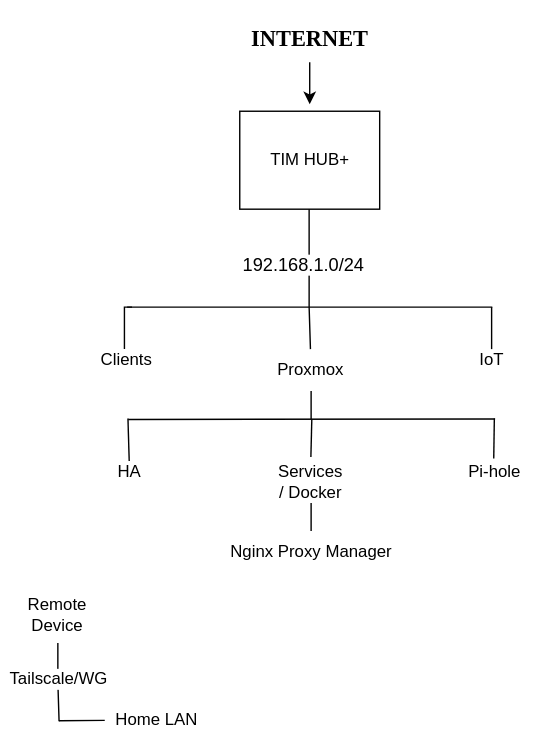
Before: diagrams/exported/network-architecture.svg, a diagram exported from draw.io (frimpongemanuele/HomeLab). Source tidied: cells renumbered, new cells last; positions are measured from the earlier drawing's top-left corner, leaving out a move shared by most shapes. Its diagram source:
```xml
<mxGraphModel>
  <root>
    <mxCell id="0" />
    <mxCell id="1" parent="0" />
    <mxCell id="2" value="&lt;div style=&quot;&quot;&gt;TIM HUB+&lt;/div&gt;" style="rounded=0;whiteSpace=wrap;html=1;align=center;fontFamily=Helvetica;" parent="1" vertex="1">
      <mxGeometry x="171" y="80" width="100" height="70" as="geometry" />
    </mxCell>
    <mxCell id="3" style="edgeStyle=orthogonalEdgeStyle;rounded=0;orthogonalLoop=1;jettySize=auto;html=1;endArrow=none;endFill=0;" parent="1" edge="1">
      <mxGeometry relative="1" as="geometry">
        <mxPoint x="220.6" y="150" as="sourcePoint" />
        <mxPoint x="220.6" y="220" as="targetPoint" />
      </mxGeometry>
    </mxCell>
    <mxCell id="4" value="&lt;font style=&quot;font-size: 13px;&quot;&gt;192.168.1.0/24&lt;/font&gt;" style="edgeLabel;html=1;align=center;verticalAlign=middle;" parent="3" vertex="1">
      <mxGeometry x="0.11" y="2" relative="1" as="geometry">
        <mxPoint x="-7" as="offset" />
      </mxGeometry>
    </mxCell>
    <mxCell id="5" style="endArrow=none;html=1;rounded=0;fontFamily=Helvetica;fontSize=12;fontColor=default;" parent="1" edge="1">
      <mxGeometry relative="1" as="geometry">
        <mxPoint x="90.5" y="220" as="sourcePoint" />
        <mxPoint x="351.5" y="220" as="targetPoint" />
      </mxGeometry>
    </mxCell>
    <mxCell id="6" style="edgeStyle=orthogonalEdgeStyle;rounded=0;jettySize=auto;html=1;endArrow=none;endFill=0;startSize=6;" parent="1" edge="1" target="9">
      <mxGeometry relative="1" as="geometry">
        <mxPoint x="94" y="220" as="sourcePoint" />
        <Array as="points">
          <mxPoint x="88.6" y="220" />
        </Array>
      </mxGeometry>
    </mxCell>
    <mxCell id="7" style="endArrow=none;html=1;rounded=0;fontFamily=Helvetica;fontSize=12;fontColor=default;" parent="1" edge="1" source="11">
      <mxGeometry relative="1" as="geometry">
        <mxPoint x="220.6" y="220" as="targetPoint" />
      </mxGeometry>
    </mxCell>
    <mxCell id="8" style="endArrow=none;html=1;rounded=0;fontFamily=Helvetica;fontSize=12;fontColor=default;" parent="1" edge="1" source="12">
      <mxGeometry relative="1" as="geometry">
        <mxPoint x="351" y="220" as="targetPoint" />
      </mxGeometry>
    </mxCell>
    <mxCell id="9" value="Clients" style="text;html=1;whiteSpace=wrap;strokeColor=none;fillColor=none;align=center;verticalAlign=middle;rounded=0;" parent="1" vertex="1">
      <mxGeometry x="60" y="250" width="60" height="15" as="geometry" />
    </mxCell>
    <mxCell id="10" style="edgeStyle=orthogonalEdgeStyle;rounded=0;jettySize=auto;html=1;fontFamily=Helvetica;fontSize=12;fontColor=default;endArrow=none;endFill=0;" parent="1" edge="1" source="11">
      <mxGeometry relative="1" as="geometry">
        <mxPoint x="222" y="300" as="targetPoint" />
      </mxGeometry>
    </mxCell>
    <mxCell id="11" value="Proxmox" style="text;html=1;whiteSpace=wrap;strokeColor=none;fillColor=none;align=center;verticalAlign=middle;rounded=0;" parent="1" vertex="1">
      <mxGeometry x="195.5" y="250" width="53" height="30" as="geometry" />
    </mxCell>
    <mxCell id="12" value="&lt;div&gt;IoT&lt;/div&gt;" style="text;html=1;whiteSpace=wrap;strokeColor=none;fillColor=none;align=center;verticalAlign=middle;rounded=0;" parent="1" vertex="1">
      <mxGeometry x="321" y="250" width="60" height="15" as="geometry" />
    </mxCell>
    <mxCell id="13" style="edgeStyle=orthogonalEdgeStyle;rounded=0;orthogonalLoop=1;jettySize=auto;html=1;fontFamily=Helvetica;fontSize=12;fontColor=default;" parent="1" edge="1">
      <mxGeometry relative="1" as="geometry">
        <mxPoint x="221" y="45" as="sourcePoint" />
        <mxPoint x="221" y="75" as="targetPoint" />
      </mxGeometry>
    </mxCell>
    <mxCell id="14" value="&lt;p style=&quot;margin-top: 10px; margin-bottom: 0px; margin-left: 0px;&quot;&gt;&lt;span style=&quot;font-family: &amp;quot;Times New Roman&amp;quot;; background-color: transparent; color: light-dark(rgb(0, 0, 0), rgb(255, 255, 255));&quot;&gt;INTERNET&lt;/span&gt;&lt;/p&gt;" style="whiteSpace=wrap;html=1;rounded=0;align=center;verticalAlign=top;fontSize=16;spacingTop=2;spacingLeft=0;strokeWidth=1;spacing=2;strokeColor=none;fillColor=none;fontStyle=1;" parent="1" vertex="1">
      <mxGeometry x="101" width="240" height="50" as="geometry" />
    </mxCell>
    <mxCell id="15" style="edgeStyle=orthogonalEdgeStyle;rounded=0;jettySize=auto;html=1;fontFamily=Helvetica;fontSize=12;fontColor=default;endArrow=none;endFill=0;" parent="1" edge="1" source="17">
      <mxGeometry relative="1" as="geometry">
        <mxPoint x="41.9" y="516" as="targetPoint" />
      </mxGeometry>
    </mxCell>
    <mxCell id="16" value="Tailscale/WG" style="edgeLabel;html=1;align=center;verticalAlign=middle;fontFamily=Helvetica;fontSize=12;fontColor=default;" parent="15" vertex="1">
      <mxGeometry y="2" relative="1" as="geometry" />
    </mxCell>
    <mxCell id="17" value="Remote Device" style="text;html=1;whiteSpace=wrap;strokeColor=none;fillColor=none;align=center;verticalAlign=middle;rounded=0;spacingTop=2;spacing=4;spacingBottom=2;" parent="1" vertex="1">
      <mxGeometry x="-0.5" y="420" width="83" height="40" as="geometry" />
    </mxCell>
    <mxCell id="18" style="endArrow=none;html=1;rounded=0;fontFamily=Helvetica;fontSize=12;fontColor=default;" parent="1" edge="1" target="19">
      <mxGeometry relative="1" as="geometry">
        <mxPoint x="41.8" y="515.6" as="sourcePoint" />
      </mxGeometry>
    </mxCell>
    <mxCell id="19" value="Home LAN" style="text;html=1;whiteSpace=wrap;strokeColor=none;fillColor=none;align=center;verticalAlign=middle;rounded=0;" parent="1" vertex="1">
      <mxGeometry x="74.5" y="500" width="74.5" height="30" as="geometry" />
    </mxCell>
    <mxCell id="20" value="HA" style="text;html=1;whiteSpace=wrap;strokeColor=none;fillColor=none;align=center;verticalAlign=middle;rounded=0;" parent="1" vertex="1">
      <mxGeometry x="62" y="330" width="60" height="15" as="geometry" />
    </mxCell>
    <mxCell id="21" style="edgeStyle=orthogonalEdgeStyle;rounded=0;jettySize=auto;html=1;fontFamily=Helvetica;fontSize=12;fontColor=default;endArrow=none;endFill=0;" parent="1" edge="1" source="22" target="24">
      <mxGeometry relative="1" as="geometry" />
    </mxCell>
    <mxCell id="22" value="Services / Docker" style="text;html=1;whiteSpace=wrap;strokeColor=none;fillColor=none;align=center;verticalAlign=middle;rounded=0;" parent="1" vertex="1">
      <mxGeometry x="195.5" y="330" width="53" height="30" as="geometry" />
    </mxCell>
    <mxCell id="23" value="&lt;div&gt;Pi-hole&lt;/div&gt;" style="text;html=1;whiteSpace=wrap;strokeColor=none;fillColor=none;align=center;verticalAlign=middle;rounded=0;" parent="1" vertex="1">
      <mxGeometry x="323" y="330" width="60" height="15" as="geometry" />
    </mxCell>
    <mxCell id="24" value="Nginx Proxy Manager" style="text;html=1;whiteSpace=wrap;strokeColor=none;fillColor=none;align=center;verticalAlign=middle;rounded=0;" parent="1" vertex="1">
      <mxGeometry x="149" y="380" width="146" height="30" as="geometry" />
    </mxCell>
    <mxCell id="25" style="endArrow=none;html=1;rounded=0;fontFamily=Helvetica;fontSize=12;fontColor=default;" parent="1" edge="1">
      <mxGeometry relative="1" as="geometry">
        <mxPoint x="91.3" y="300.3" as="sourcePoint" />
        <mxPoint x="353.5" y="300" as="targetPoint" />
      </mxGeometry>
    </mxCell>
    <mxCell id="26" style="endArrow=none;html=1;rounded=0;fontFamily=Helvetica;fontSize=12;fontColor=default;exitX=0.497;exitY=-0.096;exitDx=0;exitDy=0;exitPerimeter=0;" parent="1" edge="1" source="22">
      <mxGeometry relative="1" as="geometry">
        <mxPoint x="222.5" y="300.3" as="targetPoint" />
      </mxGeometry>
    </mxCell>
    <mxCell id="27" style="endArrow=none;html=1;rounded=0;fontFamily=Helvetica;fontSize=12;fontColor=default;exitX=0.492;exitY=-0.119;exitDx=0;exitDy=0;exitPerimeter=0;" parent="1" edge="1" source="23">
      <mxGeometry relative="1" as="geometry">
        <mxPoint x="352.9" y="299.6" as="targetPoint" />
      </mxGeometry>
    </mxCell>
    <mxCell id="28" style="endArrow=none;html=1;rounded=0;fontFamily=Helvetica;fontSize=12;fontColor=default;exitX=0.5;exitY=0;exitDx=0;exitDy=0;" parent="1" edge="1" source="20">
      <mxGeometry relative="1" as="geometry">
        <mxPoint x="91.1" y="299.6" as="targetPoint" />
      </mxGeometry>
    </mxCell>
  </root>
</mxGraphModel>
```
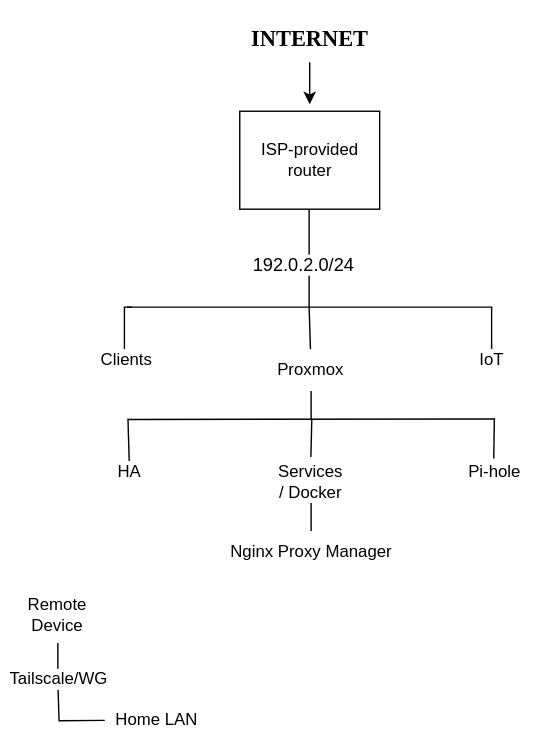
The same diagram one commit later.

Diff of the diagram source:
```diff
@@ -2,7 +2,7 @@
   <root>
     <mxCell id="0" />
     <mxCell id="1" parent="0" />
-    <mxCell id="2" value="&lt;div style=&quot;&quot;&gt;TIM HUB+&lt;/div&gt;" style="rounded=0;whiteSpace=wrap;html=1;align=center;fontFamily=Helvetica;" parent="1" vertex="1">
+    <mxCell id="2" value="&lt;div style=&quot;&quot;&gt;ISP-provided router&lt;/div&gt;" style="rounded=0;whiteSpace=wrap;html=1;align=center;fontFamily=Helvetica;" parent="1" vertex="1">
       <mxGeometry x="171" y="80" width="100" height="70" as="geometry" />
     </mxCell>
     <mxCell id="3" style="edgeStyle=orthogonalEdgeStyle;rounded=0;orthogonalLoop=1;jettySize=auto;html=1;endArrow=none;endFill=0;" parent="1" edge="1">
@@ -11,7 +11,7 @@
         <mxPoint x="220.6" y="220" as="targetPoint" />
       </mxGeometry>
     </mxCell>
-    <mxCell id="4" value="&lt;font style=&quot;font-size: 13px;&quot;&gt;192.168.1.0/24&lt;/font&gt;" style="edgeLabel;html=1;align=center;verticalAlign=middle;" parent="3" vertex="1">
+    <mxCell id="4" value="&lt;font style=&quot;font-size: 13px;&quot;&gt;192.0.2.0/24&lt;/font&gt;" style="edgeLabel;html=1;align=center;verticalAlign=middle;" parent="3" vertex="1">
       <mxGeometry x="0.11" y="2" relative="1" as="geometry">
         <mxPoint x="-7" as="offset" />
       </mxGeometry>
```
